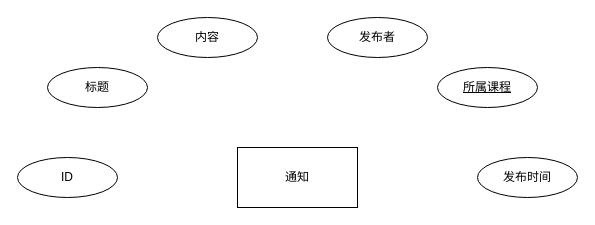
The draw.io diagram 通知实体属性.drawio in YuChenLiao/UML, before the edit. Source tidied: cells renumbered, new cells numbered last; positions are measured from the earlier drawing's top-left corner, leaving out a move shared by most shapes. Both pictures are drawn from the tidied source at 100%, with x=0, y=0 at pixel (17, 17).
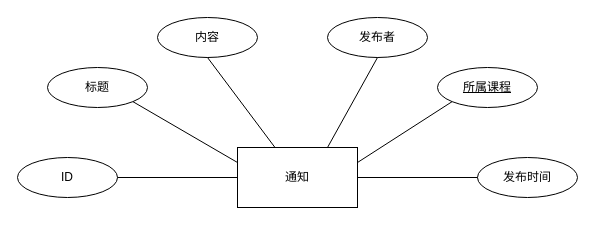
The same page after the edit.

Commit message (it also covers changes not shown here):
更新通知实体属性.drawio

The edit, as a diff of the source:
```diff
@@
 <mxGraphModel>
   <root>
     <mxCell id="0" />
     <mxCell id="1" parent="0" />
     <mxCell id="2" value="通知" style="rounded=0;whiteSpace=wrap;html=1;" parent="1" vertex="1">
       <mxGeometry x="220" y="130" width="120" height="60" as="geometry" />
     </mxCell>
     <mxCell id="3" value="ID" style="ellipse;whiteSpace=wrap;html=1;align=center;" parent="1" vertex="1">
       <mxGeometry y="140" width="100" height="40" as="geometry" />
     </mxCell>
     <mxCell id="4" value="标题" style="ellipse;whiteSpace=wrap;html=1;align=center;" parent="1" vertex="1">
       <mxGeometry x="30" y="50" width="100" height="40" as="geometry" />
     </mxCell>
     <mxCell id="5" value="内容" style="ellipse;whiteSpace=wrap;html=1;align=center;" parent="1" vertex="1">
       <mxGeometry x="140" width="100" height="40" as="geometry" />
     </mxCell>
     <mxCell id="6" value="发布者" style="ellipse;whiteSpace=wrap;html=1;align=center;" parent="1" vertex="1">
       <mxGeometry x="310" width="100" height="40" as="geometry" />
     </mxCell>
     <mxCell id="7" value="所属课程" style="ellipse;whiteSpace=wrap;html=1;align=center;fontStyle=4;" parent="1" vertex="1">
       <mxGeometry x="420" y="50" width="100" height="40" as="geometry" />
     </mxCell>
     <mxCell id="8" value="发布时间" style="ellipse;whiteSpace=wrap;html=1;align=center;" parent="1" vertex="1">
       <mxGeometry x="460" y="140" width="100" height="40" as="geometry" />
     </mxCell>
+    <mxCell id="9" style="endArrow=none;html=1;rounded=0;exitX=1;exitY=0.5;exitDx=0;exitDy=0;entryX=0;entryY=0.5;entryDx=0;entryDy=0;" parent="1" edge="1" source="3" target="2">
+      <mxGeometry relative="1" as="geometry" />
+    </mxCell>
+    <mxCell id="10" style="endArrow=none;html=1;rounded=0;exitX=1;exitY=1;exitDx=0;exitDy=0;entryX=0;entryY=0.25;entryDx=0;entryDy=0;" parent="1" edge="1" source="4" target="2">
+      <mxGeometry relative="1" as="geometry" />
+    </mxCell>
+    <mxCell id="11" style="endArrow=none;html=1;rounded=0;exitX=0.5;exitY=1;exitDx=0;exitDy=0;" parent="1" edge="1" source="5" target="2">
+      <mxGeometry relative="1" as="geometry" />
+    </mxCell>
+    <mxCell id="12" style="endArrow=none;html=1;rounded=0;entryX=0.5;entryY=1;entryDx=0;entryDy=0;exitX=0.75;exitY=0;exitDx=0;exitDy=0;" parent="1" edge="1" source="2" target="6">
+      <mxGeometry relative="1" as="geometry" />
+    </mxCell>
+    <mxCell id="13" style="endArrow=none;html=1;rounded=0;entryX=0;entryY=1;entryDx=0;entryDy=0;exitX=1;exitY=0.25;exitDx=0;exitDy=0;" parent="1" edge="1" source="2" target="7">
+      <mxGeometry relative="1" as="geometry" />
+    </mxCell>
+    <mxCell id="14" style="endArrow=none;html=1;rounded=0;entryX=0;entryY=0.5;entryDx=0;entryDy=0;exitX=1;exitY=0.5;exitDx=0;exitDy=0;" parent="1" edge="1" source="2" target="8">
+      <mxGeometry relative="1" as="geometry" />
+    </mxCell>
   </root>
 </mxGraphModel>
```
